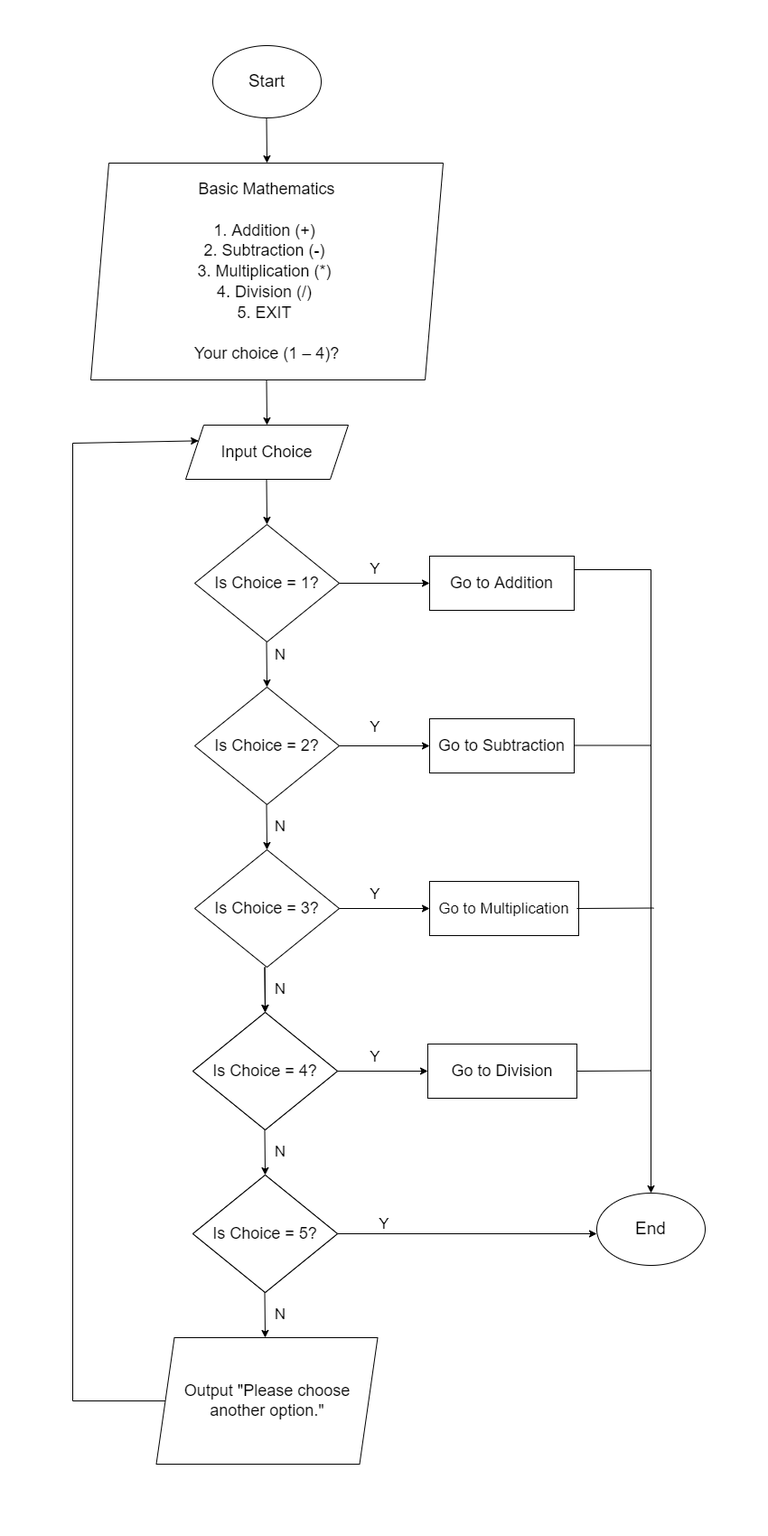
The draw.io diagram Basic Maths Operation Flowchart.epgz.drawio.png in amaalware/BasicMathsFlowchart, before a commit. Source tidied: cells renumbered, new cells last; positions are measured from the earlier drawing's top-left corner, leaving out a move shared by most shapes.
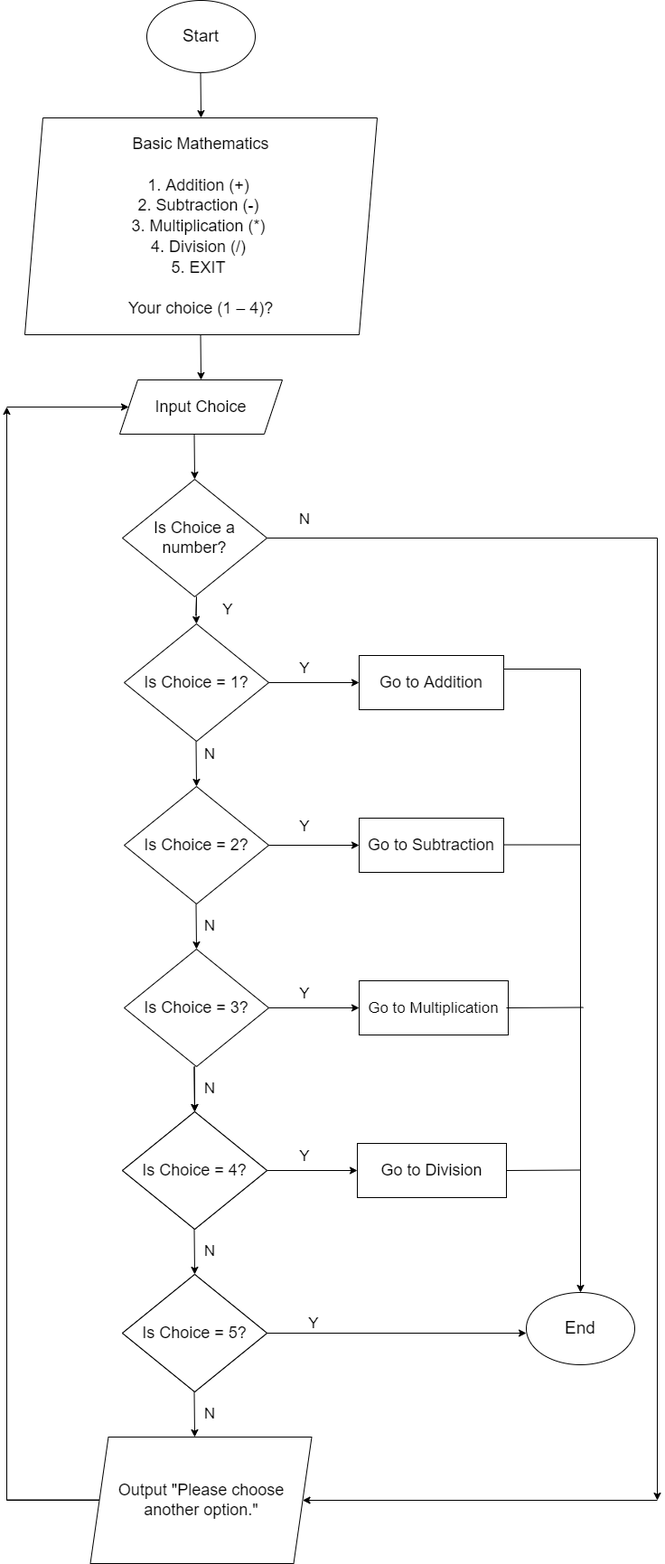
After the change.

Change to the diagram source:
```diff
@@ -3,38 +3,38 @@
     <mxCell id="0" />
     <mxCell id="1" parent="0" />
     <mxCell id="2" value="&lt;font style=&quot;font-size: 19px&quot;&gt;Start&lt;/font&gt;" style="ellipse;whiteSpace=wrap;html=1;" parent="1" vertex="1">
-      <mxGeometry x="155" width="120" height="80" as="geometry" />
+      <mxGeometry x="160" y="-160" width="120" height="80" as="geometry" />
     </mxCell>
     <mxCell id="3" style="endArrow=classic;html=1;rounded=0;fontSize=19;" parent="1" edge="1">
       <mxGeometry relative="1" as="geometry">
-        <mxPoint x="214.5" y="80" as="sourcePoint" />
-        <mxPoint x="215" y="130" as="targetPoint" />
+        <mxPoint x="219.5" y="-80" as="sourcePoint" />
+        <mxPoint x="220" y="-30" as="targetPoint" />
         <Array as="points">
-          <mxPoint x="214.5" y="80" />
+          <mxPoint x="219.5" y="-80" />
         </Array>
       </mxGeometry>
     </mxCell>
     <mxCell id="4" value="&lt;font style=&quot;font-size: 18px&quot;&gt;Basic Mathematics&lt;br&gt;&lt;br&gt;1. Addition (+) &lt;br&gt;2. Subtraction (-) &lt;br&gt;3. Multiplication (*) &lt;br&gt;4. Division (/) &lt;br&gt;5. EXIT &lt;br&gt;&lt;br&gt;Your choice (1 – 4)?&lt;br&gt;&lt;/font&gt;" style="shape=parallelogram;perimeter=parallelogramPerimeter;whiteSpace=wrap;html=1;fixedSize=1;fontSize=19;" parent="1" vertex="1">
-      <mxGeometry x="20" y="130" width="390" height="240" as="geometry" />
+      <mxGeometry x="25" y="-30" width="390" height="240" as="geometry" />
     </mxCell>
     <mxCell id="5" style="endArrow=classic;html=1;rounded=0;fontSize=19;" parent="1" edge="1">
       <mxGeometry relative="1" as="geometry">
-        <mxPoint x="214.5" y="370" as="sourcePoint" />
-        <mxPoint x="215" y="420" as="targetPoint" />
+        <mxPoint x="219.5" y="210" as="sourcePoint" />
+        <mxPoint x="220" y="260" as="targetPoint" />
         <Array as="points">
-          <mxPoint x="214.5" y="370" />
+          <mxPoint x="219.5" y="210" />
         </Array>
       </mxGeometry>
     </mxCell>
     <mxCell id="6" value="Input Choice" style="shape=parallelogram;perimeter=parallelogramPerimeter;whiteSpace=wrap;html=1;fixedSize=1;fontSize=18;" parent="1" vertex="1">
-      <mxGeometry x="125" y="420" width="180" height="60" as="geometry" />
+      <mxGeometry x="130" y="260" width="180" height="60" as="geometry" />
     </mxCell>
-    <mxCell id="7" style="endArrow=classic;html=1;rounded=0;fontSize=19;" parent="1" edge="1">
+    <mxCell id="7" style="endArrow=classic;html=1;rounded=0;fontSize=19;entryX=0.5;entryY=0;entryDx=0;entryDy=0;" parent="1" edge="1" target="8">
       <mxGeometry relative="1" as="geometry">
-        <mxPoint x="214.5" y="480" as="sourcePoint" />
-        <mxPoint x="215" y="530" as="targetPoint" />
+        <mxPoint x="214.5" y="520" as="sourcePoint" />
         <Array as="points">
-          <mxPoint x="214.5" y="480" />
+          <mxPoint x="215" y="500" />
+          <mxPoint x="214.5" y="520" />
         </Array>
       </mxGeometry>
     </mxCell>
@@ -148,25 +148,20 @@
         </Array>
       </mxGeometry>
     </mxCell>
+    <mxCell id="50" style="edgeStyle=orthogonalEdgeStyle;rounded=0;jettySize=auto;html=1;exitX=0;exitY=0.5;exitDx=0;exitDy=0;" parent="1" edge="1" source="31">
+      <mxGeometry relative="1" as="geometry">
+        <mxPoint x="5" y="290" as="targetPoint" />
+      </mxGeometry>
+    </mxCell>
     <mxCell id="31" value="Output &quot;Please choose another option.&quot;" style="shape=parallelogram;perimeter=parallelogramPerimeter;whiteSpace=wrap;html=1;fixedSize=1;fontSize=18;" parent="1" vertex="1">
-      <mxGeometry x="92.5" y="1430" width="245" height="140" as="geometry" />
+      <mxGeometry x="97.5" y="1430" width="245" height="140" as="geometry" />
     </mxCell>
-    <mxCell id="32" style="endArrow=none;html=1;rounded=0;fontSize=17;exitX=0;exitY=0.5;exitDx=0;exitDy=0;" parent="1" edge="1" source="31">
+    <mxCell id="32" style="endArrow=none;html=1;rounded=0;fontSize=17;exitX=0;exitY=0.5;exitDx=0;exitDy=0;" parent="1" edge="1">
       <mxGeometry relative="1" as="geometry">
-        <mxPoint y="1500" as="targetPoint" />
+        <mxPoint x="107.5" y="1499.5" as="sourcePoint" />
+        <mxPoint x="5" y="1499.5" as="targetPoint" />
       </mxGeometry>
     </mxCell>
-    <mxCell id="33" style="endArrow=none;html=1;rounded=0;fontSize=17;" parent="1" edge="1">
-      <mxGeometry relative="1" as="geometry">
-        <mxPoint y="1500" as="sourcePoint" />
-        <mxPoint y="440" as="targetPoint" />
-      </mxGeometry>
-    </mxCell>
-    <mxCell id="34" style="endArrow=classic;html=1;rounded=0;fontSize=17;entryX=0;entryY=0.25;entryDx=0;entryDy=0;" parent="1" edge="1" target="6">
-      <mxGeometry relative="1" as="geometry">
-        <mxPoint y="440" as="sourcePoint" />
-      </mxGeometry>
-    </mxCell>
     <mxCell id="35" style="endArrow=classic;html=1;rounded=0;fontSize=17;" parent="1" edge="1">
       <mxGeometry relative="1" as="geometry">
         <mxPoint x="640" y="580" as="sourcePoint" />
@@ -225,5 +220,38 @@
     <mxCell id="49" value="N" style="text;html=1;strokeColor=none;fillColor=none;align=center;verticalAlign=middle;whiteSpace=wrap;rounded=0;fontSize=17;" parent="1" vertex="1">
       <mxGeometry x="200" y="1390" width="60" height="30" as="geometry" />
     </mxCell>
+    <mxCell id="51" style="edgeStyle=orthogonalEdgeStyle;rounded=0;jettySize=auto;html=1;exitX=1;exitY=0.5;exitDx=0;exitDy=0;" parent="1" edge="1" source="52">
+      <mxGeometry relative="1" as="geometry">
+        <mxPoint x="725" y="1500" as="targetPoint" />
+      </mxGeometry>
+    </mxCell>
+    <mxCell id="52" value="Is Choice a number?" style="rhombus;whiteSpace=wrap;html=1;fontSize=18;" parent="1" vertex="1">
+      <mxGeometry x="133" y="370" width="160" height="130" as="geometry" />
+    </mxCell>
+    <mxCell id="53" style="endArrow=classic;html=1;rounded=0;fontSize=19;entryX=0.5;entryY=0;entryDx=0;entryDy=0;" parent="1" edge="1">
+      <mxGeometry relative="1" as="geometry">
+        <mxPoint x="212.5" y="320" as="sourcePoint" />
+        <mxPoint x="213" y="370" as="targetPoint" />
+        <Array as="points">
+          <mxPoint x="212.5" y="320" />
+        </Array>
+      </mxGeometry>
+    </mxCell>
+    <mxCell id="54" style="endArrow=classic;html=1;rounded=0;entryX=1;entryY=0.5;entryDx=0;entryDy=0;" parent="1" edge="1" target="31">
+      <mxGeometry relative="1" as="geometry">
+        <mxPoint x="725" y="1500" as="sourcePoint" />
+      </mxGeometry>
+    </mxCell>
+    <mxCell id="55" value="N" style="text;html=1;strokeColor=none;fillColor=none;align=center;verticalAlign=middle;whiteSpace=wrap;rounded=0;fontSize=17;" parent="1" vertex="1">
+      <mxGeometry x="305" y="400" width="60" height="30" as="geometry" />
+    </mxCell>
+    <mxCell id="56" value="Y" style="text;html=1;strokeColor=none;fillColor=none;align=center;verticalAlign=middle;whiteSpace=wrap;rounded=0;fontSize=17;" parent="1" vertex="1">
+      <mxGeometry x="220" y="500" width="60" height="30" as="geometry" />
+    </mxCell>
+    <mxCell id="57" style="endArrow=classic;html=1;rounded=0;" parent="1" edge="1" target="6">
+      <mxGeometry relative="1" as="geometry">
+        <mxPoint x="5" y="290" as="sourcePoint" />
+      </mxGeometry>
+    </mxCell>
   </root>
 </mxGraphModel>
```
